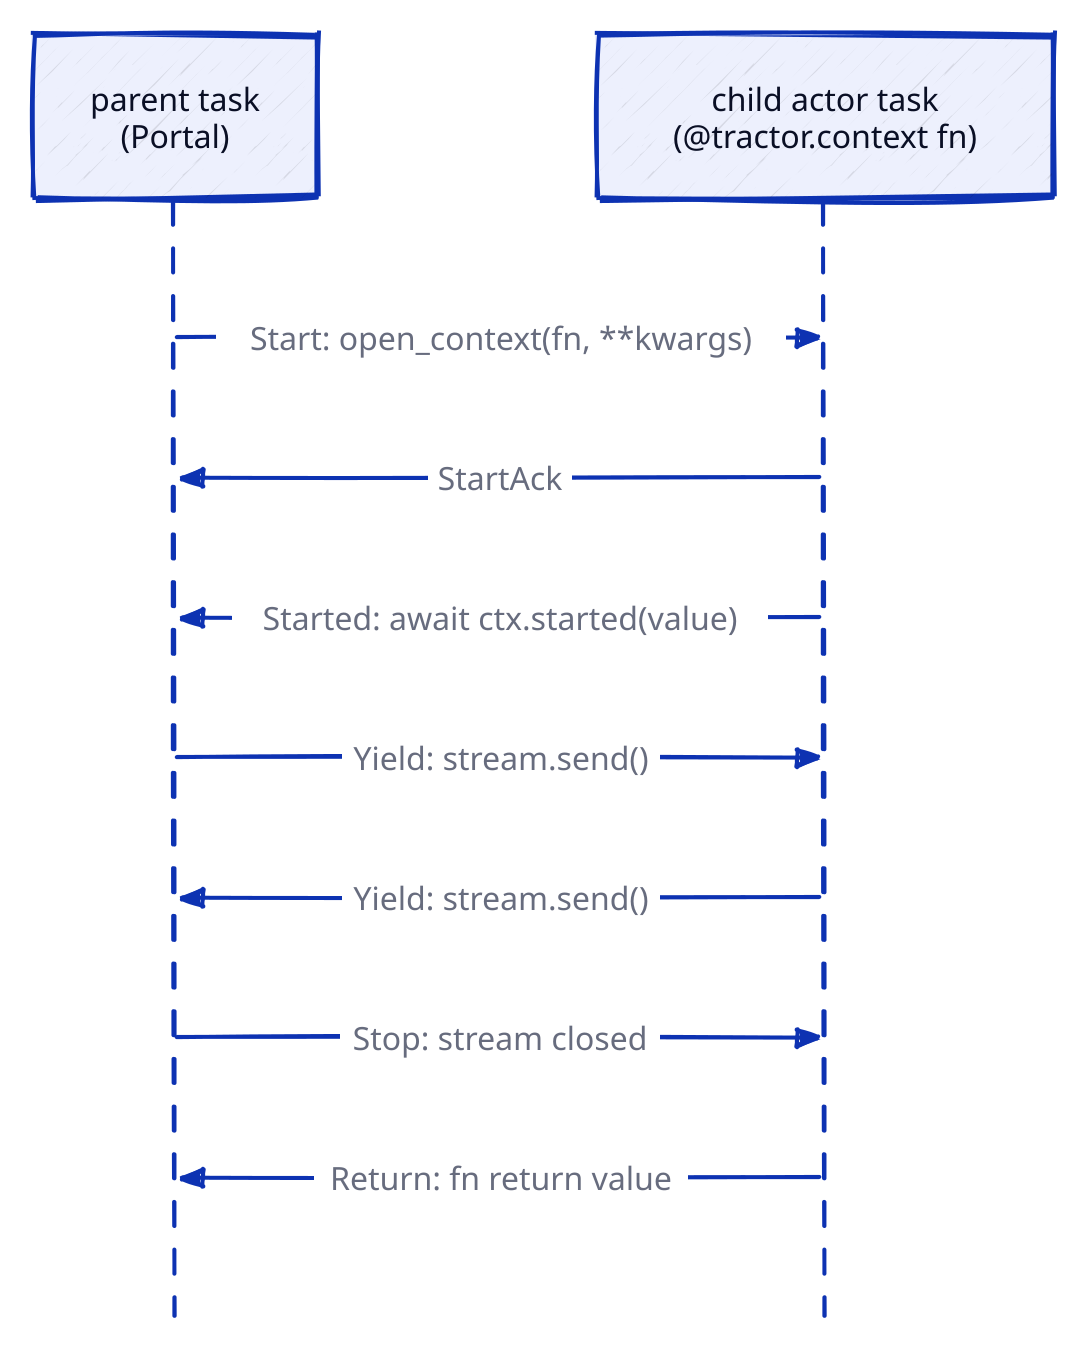
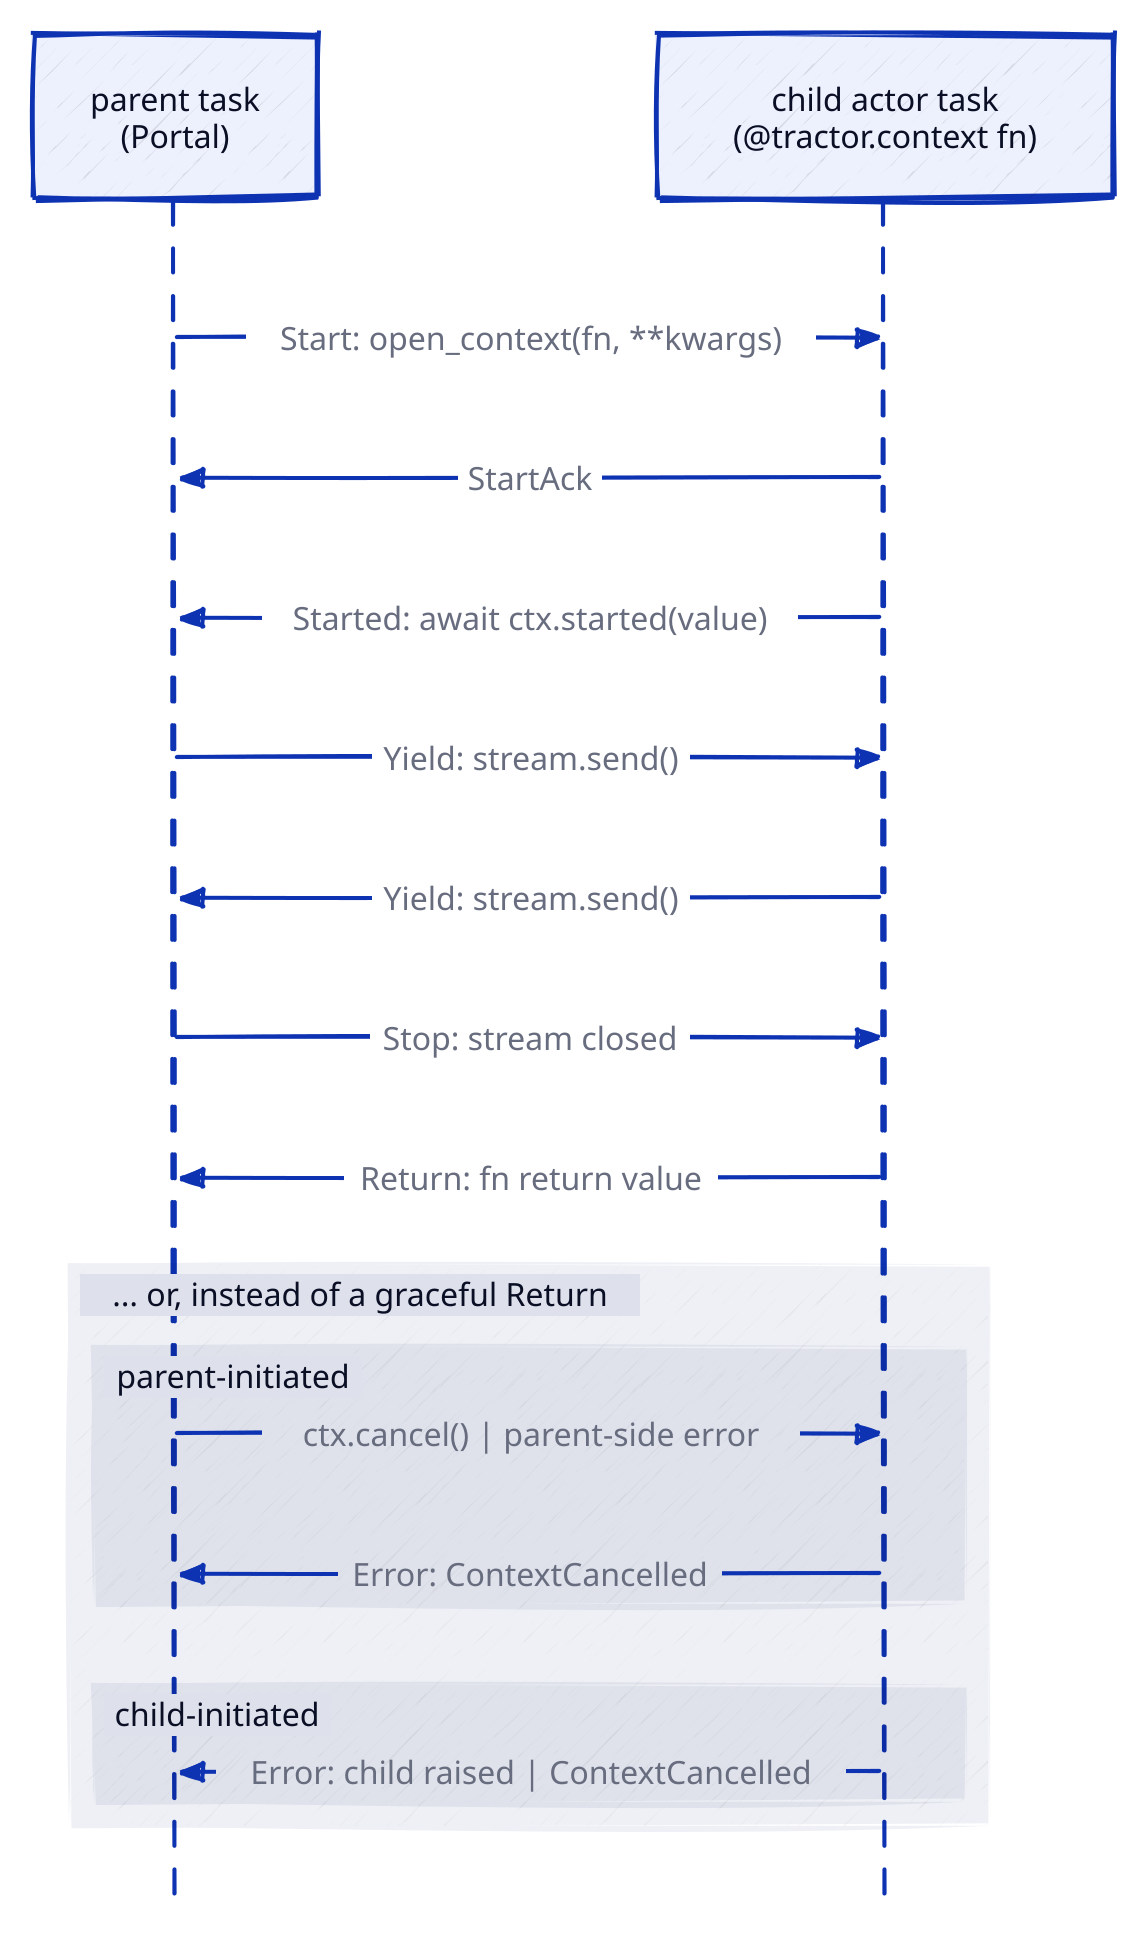
# tractor docs diagram: the inter-actor `Context`
# dialog; tractor's SC-transitive msg protocol as
# seen from both sides of `Portal.open_context()`.
vars: {
  d2-config: {
    sketch: true
    theme-id: 1
    pad: 16
    layout-engine: elk
  }
}
shape: sequence_diagram
parent: "parent task\n(Portal)"
child: "child actor task\n(@tractor.context fn)"
parent -> child: "Start: open_context(fn, **kwargs)"
child -> parent: "StartAck"
child -> parent: "Started: await ctx.started(value)"
parent -> child: "Yield: stream.send()"
child -> parent: "Yield: stream.send()"
parent -> child: "Stop: stream closed"
child -> parent: "Return: fn return value"
+ # the non-graceful endings: errors/cancels always
+ # propagate, both ways (`ContextCancelled` rides in
+ # an `Error` msg, hence the `Error: ...` labels).
+ "... or, instead of a graceful Return": {
+   parent-initiated: {
+     parent -> child: "ctx.cancel()  |  parent-side error"
+     child -> parent: "Error: ContextCancelled"
+   }
+   child-initiated: {
+     child -> parent: "Error: child raised  |  ContextCancelled"
+   }
+ }
